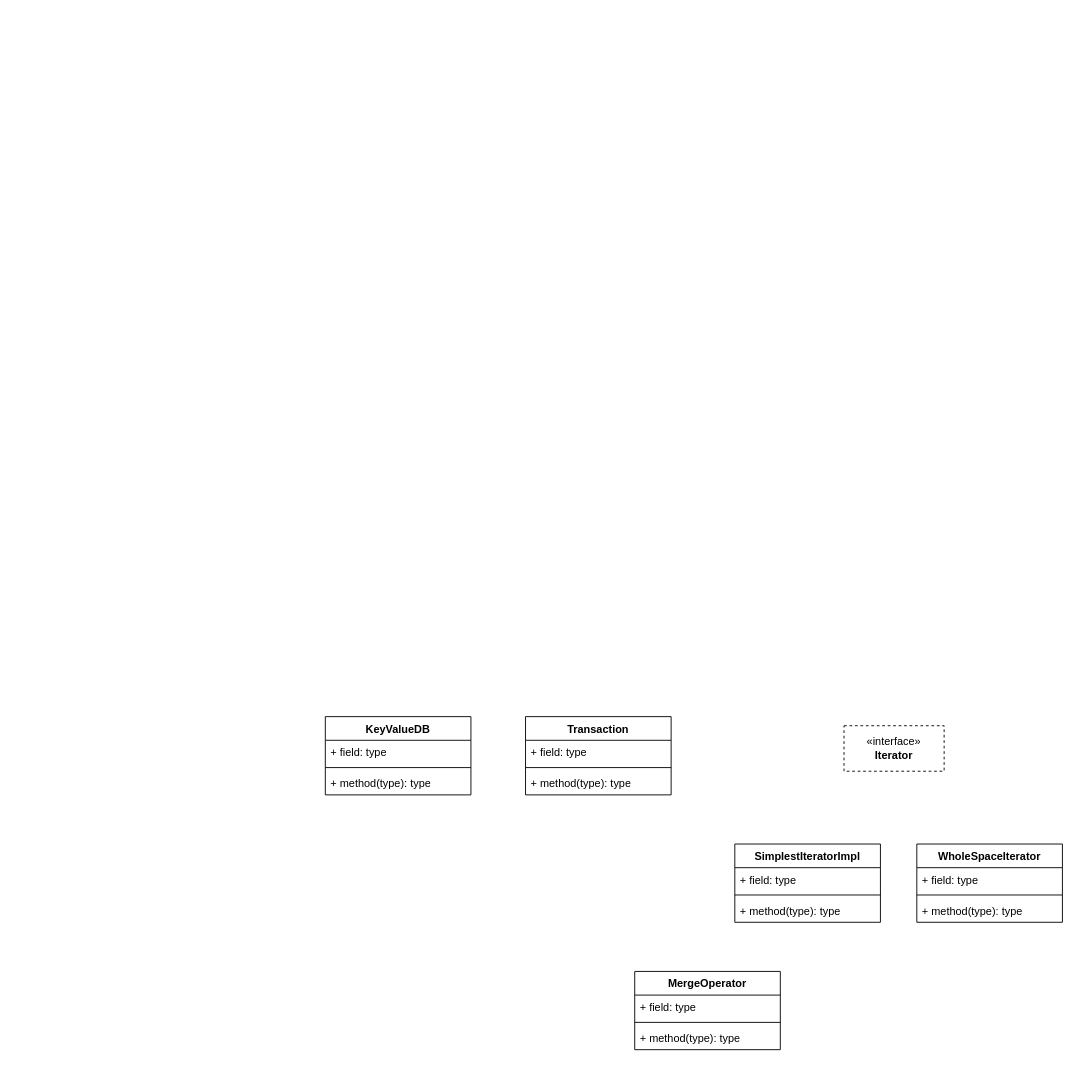
The draw.io diagram KeyValueDB.drawio in 1253757553/drawIO, before the edit. Source tidied: cells renumbered, new cells numbered last; positions are measured from the earlier drawing's top-left corner, leaving out a move shared by most shapes. Both pictures are drawn from the tidied source at 91%, with x=0, y=0 at pixel (325, 716).
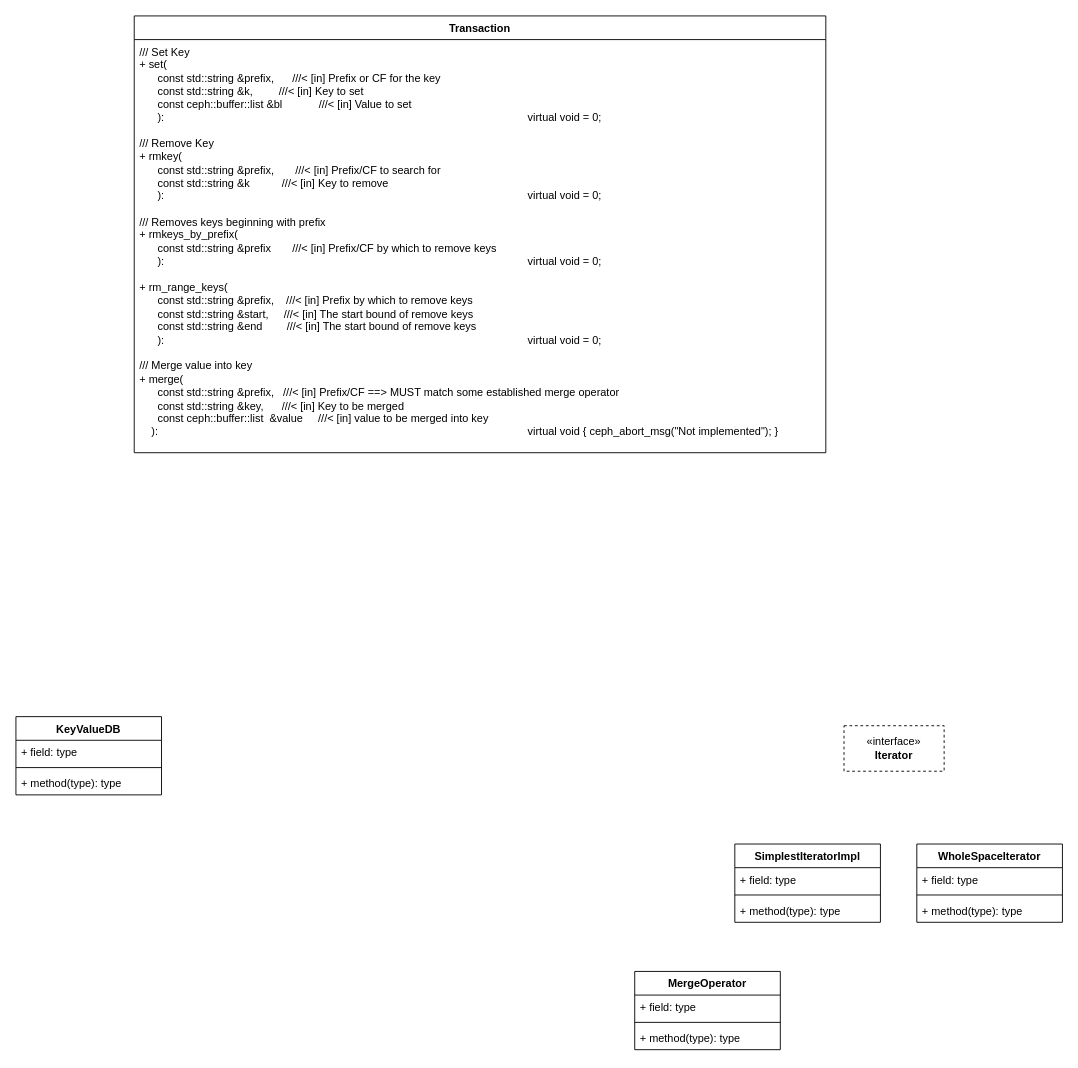
The same diagram, later.

The edit, as a diff of the source:
```diff
@@
     <mxCell id="2" value="KeyValueDB" style="swimlane;fontStyle=1;align=center;verticalAlign=top;horizontal=1;startSize=26;whiteSpace=wrap;html=1;" parent="1" vertex="1">
-      <mxGeometry width="160" height="86" as="geometry" />
+      <mxGeometry x="-340" width="160" height="86" as="geometry" />
     </mxCell>
@@
     <mxCell id="6" value="Transaction" style="swimlane;fontStyle=1;align=center;verticalAlign=top;horizontal=1;startSize=26;whiteSpace=wrap;html=1;" parent="1" vertex="1">
-      <mxGeometry x="220" width="160" height="86" as="geometry" />
+      <mxGeometry x="-210" y="-770" width="760" height="480" as="geometry" />
     </mxCell>
-    <mxCell id="7" value="+ field: type" style="text;strokeColor=none;fillColor=none;align=left;verticalAlign=top;spacingLeft=4;spacingRight=4;overflow=hidden;whiteSpace=wrap;html=1;" parent="6" vertex="1">
-      <mxGeometry y="26" width="160" height="26" as="geometry" />
-    </mxCell>
-    <mxCell id="8" style="line;strokeWidth=1;fillColor=none;align=left;verticalAlign=middle;spacingTop=-1;spacingLeft=3;spacingRight=3;labelPosition=right;strokeColor=inherit;" parent="6" vertex="1">
-      <mxGeometry y="52" width="160" height="8" as="geometry" />
-    </mxCell>
-    <mxCell id="9" value="+ method(type): type" style="text;strokeColor=none;fillColor=none;align=left;verticalAlign=top;spacingLeft=4;spacingRight=4;overflow=hidden;whiteSpace=wrap;html=1;" parent="6" vertex="1">
-      <mxGeometry y="60" width="160" height="26" as="geometry" />
+    <mxCell id="9" value="&lt;div&gt;/// Set Key&lt;br&gt;&lt;/div&gt;+&amp;nbsp;&lt;span style=&quot;background-color: transparent;&quot;&gt;set(&lt;/span&gt;&lt;div&gt;&amp;nbsp; &amp;nbsp; &amp;nbsp; const std::string &amp;amp;prefix,&amp;nbsp; &amp;nbsp; &amp;nbsp; ///&amp;lt; [in] Prefix or CF for the key&lt;/div&gt;&lt;div&gt;&amp;nbsp; &amp;nbsp; &amp;nbsp; const std::string &amp;amp;k,&lt;span style=&quot;white-space:pre&quot;&gt;&#9;&lt;/span&gt;&amp;nbsp; &amp;nbsp; &amp;nbsp; ///&amp;lt; [in] Key to set&lt;/div&gt;&lt;div&gt;&amp;nbsp; &amp;nbsp; &amp;nbsp; const ceph::buffer::list &amp;amp;bl&amp;nbsp; &amp;nbsp; &amp;nbsp; &amp;nbsp; &amp;nbsp; &amp;nbsp; ///&amp;lt; [in] Value to set&lt;/div&gt;&lt;div&gt;&amp;nbsp; &amp;nbsp; &amp;nbsp; ):&lt;span style=&quot;white-space: pre;&quot;&gt;&#9;&lt;/span&gt;&lt;span style=&quot;white-space: pre;&quot;&gt;&#9;&lt;/span&gt;&lt;span style=&quot;white-space: pre;&quot;&gt;&#9;&lt;/span&gt;&lt;span style=&quot;white-space: pre;&quot;&gt;&#9;&lt;/span&gt;&lt;span style=&quot;white-space: pre;&quot;&gt;&#9;&lt;/span&gt;&lt;span style=&quot;white-space: pre;&quot;&gt;&#9;&lt;/span&gt;&lt;span style=&quot;white-space: pre;&quot;&gt;&#9;&lt;/span&gt;&lt;span style=&quot;white-space: pre;&quot;&gt;&#9;&lt;/span&gt;&lt;span style=&quot;white-space: pre;&quot;&gt;&#9;&lt;/span&gt;&lt;span style=&quot;white-space: pre;&quot;&gt;&#9;&lt;/span&gt;&lt;span style=&quot;white-space: pre;&quot;&gt;&#9;&lt;/span&gt;&lt;span style=&quot;white-space: pre;&quot;&gt;&#9;&lt;/span&gt;&lt;span style=&quot;white-space: pre;&quot;&gt;&#9;&lt;/span&gt;&lt;span style=&quot;white-space: pre;&quot;&gt;&#9;&lt;/span&gt;&lt;span style=&quot;white-space: pre;&quot;&gt;&#9;&lt;/span&gt;&lt;span style=&quot;background-color: transparent;&quot;&gt;virtual void = 0;&lt;/span&gt;&lt;span style=&quot;background-color: transparent; color: light-dark(rgb(0, 0, 0), rgb(255, 255, 255)); white-space: pre;&quot;&gt;&#9;&lt;/span&gt;&lt;/div&gt;&lt;div&gt;&lt;br&gt;&lt;/div&gt;&lt;div&gt;/// Remove Key&lt;br&gt;&lt;/div&gt;&lt;div&gt;&lt;div&gt;+ rmkey(&lt;/div&gt;&lt;div&gt;&amp;nbsp; &amp;nbsp; &amp;nbsp; const std::string &amp;amp;prefix,&amp;nbsp; &amp;nbsp; &amp;nbsp; &amp;nbsp;///&amp;lt; [in] Prefix/CF to search for&lt;/div&gt;&lt;div&gt;&amp;nbsp; &amp;nbsp; &amp;nbsp; const std::string &amp;amp;k&lt;span style=&quot;white-space:pre&quot;&gt;&#9;&lt;/span&gt;&amp;nbsp; &amp;nbsp; &amp;nbsp; &amp;nbsp;///&amp;lt; [in] Key to remove&lt;/div&gt;&lt;div&gt;&amp;nbsp; &amp;nbsp; &amp;nbsp; ):&lt;span style=&quot;white-space: pre;&quot;&gt;&#9;&lt;/span&gt;&lt;span style=&quot;white-space: pre;&quot;&gt;&#9;&lt;/span&gt;&lt;span style=&quot;white-space: pre;&quot;&gt;&#9;&lt;/span&gt;&lt;span style=&quot;white-space: pre;&quot;&gt;&#9;&lt;/span&gt;&lt;span style=&quot;white-space: pre;&quot;&gt;&#9;&lt;/span&gt;&lt;span style=&quot;white-space: pre;&quot;&gt;&#9;&lt;/span&gt;&lt;span style=&quot;white-space: pre;&quot;&gt;&#9;&lt;/span&gt;&lt;span style=&quot;white-space: pre;&quot;&gt;&#9;&lt;/span&gt;&lt;span style=&quot;white-space: pre;&quot;&gt;&#9;&lt;/span&gt;&lt;span style=&quot;white-space: pre;&quot;&gt;&#9;&lt;/span&gt;&lt;span style=&quot;white-space: pre;&quot;&gt;&#9;&lt;/span&gt;&lt;span style=&quot;white-space: pre;&quot;&gt;&#9;&lt;/span&gt;&lt;span style=&quot;white-space: pre;&quot;&gt;&#9;&lt;/span&gt;&lt;span style=&quot;white-space: pre;&quot;&gt;&#9;&lt;/span&gt;&lt;span style=&quot;white-space: pre;&quot;&gt;&#9;&lt;/span&gt;&lt;span style=&quot;background-color: transparent;&quot;&gt;virtual void = 0;&lt;/span&gt;&lt;/div&gt;&lt;/div&gt;&lt;div&gt;&lt;span style=&quot;background-color: transparent;&quot;&gt;&lt;br&gt;&lt;/span&gt;&lt;/div&gt;&lt;div&gt;&lt;span style=&quot;background-color: transparent;&quot;&gt;/// Removes keys beginning with prefix&lt;/span&gt;&lt;/div&gt;&lt;div&gt;&lt;span style=&quot;background-color: transparent;&quot;&gt;+&amp;nbsp;&lt;/span&gt;&lt;span style=&quot;background-color: transparent;&quot;&gt;rmkeys_by_prefix(&lt;/span&gt;&lt;/div&gt;&lt;div&gt;&amp;nbsp; &amp;nbsp; &amp;nbsp; const std::string &amp;amp;prefix&amp;nbsp; &amp;nbsp; &amp;nbsp; &amp;nbsp;///&amp;lt; [in] Prefix/CF by which to remove keys&lt;/div&gt;&lt;div&gt;&amp;nbsp; &amp;nbsp; &amp;nbsp; ):&lt;span style=&quot;white-space: pre;&quot;&gt;&#9;&lt;/span&gt;&lt;span style=&quot;white-space: pre;&quot;&gt;&#9;&lt;/span&gt;&lt;span style=&quot;white-space: pre;&quot;&gt;&#9;&lt;/span&gt;&lt;span style=&quot;white-space: pre;&quot;&gt;&#9;&lt;/span&gt;&lt;span style=&quot;white-space: pre;&quot;&gt;&#9;&lt;/span&gt;&lt;span style=&quot;white-space: pre;&quot;&gt;&#9;&lt;/span&gt;&lt;span style=&quot;white-space: pre;&quot;&gt;&#9;&lt;/span&gt;&lt;span style=&quot;white-space: pre;&quot;&gt;&#9;&lt;/span&gt;&lt;span style=&quot;white-space: pre;&quot;&gt;&#9;&lt;/span&gt;&lt;span style=&quot;white-space: pre;&quot;&gt;&#9;&lt;/span&gt;&lt;span style=&quot;white-space: pre;&quot;&gt;&#9;&lt;/span&gt;&lt;span style=&quot;white-space: pre;&quot;&gt;&#9;&lt;/span&gt;&lt;span style=&quot;white-space: pre;&quot;&gt;&#9;&lt;/span&gt;&lt;span style=&quot;white-space: pre;&quot;&gt;&#9;&lt;/span&gt;&lt;span style=&quot;white-space: pre;&quot;&gt;&#9;&lt;/span&gt;&lt;span style=&quot;background-color: transparent;&quot;&gt;virtual void&lt;/span&gt;&lt;span style=&quot;background-color: transparent; color: light-dark(rgb(0, 0, 0), rgb(255, 255, 255));&quot;&gt;&amp;nbsp;= 0;&lt;/span&gt;&lt;/div&gt;&lt;div&gt;&lt;span style=&quot;background-color: transparent; color: light-dark(rgb(0, 0, 0), rgb(255, 255, 255));&quot;&gt;&lt;br&gt;&lt;/span&gt;&lt;/div&gt;&lt;div&gt;&lt;span style=&quot;background-color: transparent; color: light-dark(rgb(0, 0, 0), rgb(255, 255, 255));&quot;&gt;+&amp;nbsp;&lt;/span&gt;&lt;span style=&quot;background-color: transparent;&quot;&gt;rm_range_keys(&lt;/span&gt;&lt;/div&gt;&lt;div&gt;&amp;nbsp; &amp;nbsp; &amp;nbsp; const std::string &amp;amp;prefix,&amp;nbsp; &amp;nbsp; ///&amp;lt; [in] Prefix by which to remove keys&lt;/div&gt;&lt;div&gt;&amp;nbsp; &amp;nbsp; &amp;nbsp; const std::string &amp;amp;start,&amp;nbsp; &amp;nbsp; &amp;nbsp;///&amp;lt; [in] The start bound of remove keys&lt;/div&gt;&lt;div&gt;&amp;nbsp; &amp;nbsp; &amp;nbsp; const std::string &amp;amp;end&amp;nbsp; &amp;nbsp; &amp;nbsp; &amp;nbsp; ///&amp;lt; [in] The start bound of remove keys&lt;/div&gt;&lt;div&gt;&amp;nbsp; &amp;nbsp; &amp;nbsp; ):&lt;span style=&quot;white-space: pre;&quot;&gt;&#9;&lt;/span&gt;&lt;span style=&quot;white-space: pre;&quot;&gt;&#9;&lt;/span&gt;&lt;span style=&quot;white-space: pre;&quot;&gt;&#9;&lt;/span&gt;&lt;span style=&quot;white-space: pre;&quot;&gt;&#9;&lt;/span&gt;&lt;span style=&quot;white-space: pre;&quot;&gt;&#9;&lt;/span&gt;&lt;span style=&quot;white-space: pre;&quot;&gt;&#9;&lt;/span&gt;&lt;span style=&quot;white-space: pre;&quot;&gt;&#9;&lt;/span&gt;&lt;span style=&quot;white-space: pre;&quot;&gt;&#9;&lt;/span&gt;&lt;span style=&quot;white-space: pre;&quot;&gt;&#9;&lt;/span&gt;&lt;span style=&quot;white-space: pre;&quot;&gt;&#9;&lt;/span&gt;&lt;span style=&quot;white-space: pre;&quot;&gt;&#9;&lt;/span&gt;&lt;span style=&quot;white-space: pre;&quot;&gt;&#9;&lt;/span&gt;&lt;span style=&quot;white-space: pre;&quot;&gt;&#9;&lt;/span&gt;&lt;span style=&quot;white-space: pre;&quot;&gt;&#9;&lt;/span&gt;&lt;span style=&quot;white-space: pre;&quot;&gt;&#9;&lt;/span&gt;&lt;span style=&quot;background-color: transparent;&quot;&gt;virtual void = 0;&lt;/span&gt;&lt;/div&gt;&lt;div&gt;&lt;span style=&quot;background-color: transparent;&quot;&gt;&lt;br&gt;&lt;/span&gt;&lt;/div&gt;&lt;div&gt;&lt;span style=&quot;background-color: transparent;&quot;&gt;/// Merge value into key&lt;br&gt;&lt;/span&gt;&lt;/div&gt;&lt;div&gt;&lt;span style=&quot;background-color: transparent;&quot;&gt;+&amp;nbsp;&lt;/span&gt;&lt;span style=&quot;background-color: transparent;&quot;&gt;merge(&lt;/span&gt;&lt;/div&gt;&lt;div&gt;&amp;nbsp; &amp;nbsp; &amp;nbsp; const std::string &amp;amp;prefix,&amp;nbsp; &amp;nbsp;///&amp;lt; [in] Prefix/CF ==&amp;gt; MUST match some established merge operator&lt;/div&gt;&lt;div&gt;&amp;nbsp; &amp;nbsp; &amp;nbsp; const std::string &amp;amp;key,&amp;nbsp; &amp;nbsp; &amp;nbsp; ///&amp;lt; [in] Key to be merged&lt;/div&gt;&lt;div&gt;&amp;nbsp; &amp;nbsp; &amp;nbsp; const ceph::buffer::list&amp;nbsp; &amp;amp;value&amp;nbsp; &amp;nbsp; &amp;nbsp;///&amp;lt; [in] value to be merged into key&lt;/div&gt;&lt;div&gt;&amp;nbsp; &amp;nbsp; ):&lt;span style=&quot;white-space: pre;&quot;&gt;&#9;&lt;/span&gt;&lt;span style=&quot;white-space: pre;&quot;&gt;&#9;&lt;/span&gt;&lt;span style=&quot;white-space: pre;&quot;&gt;&#9;&lt;/span&gt;&lt;span style=&quot;white-space: pre;&quot;&gt;&#9;&lt;/span&gt;&lt;span style=&quot;white-space: pre;&quot;&gt;&#9;&lt;/span&gt;&lt;span style=&quot;white-space: pre;&quot;&gt;&#9;&lt;/span&gt;&lt;span style=&quot;white-space: pre;&quot;&gt;&#9;&lt;/span&gt;&lt;span style=&quot;white-space: pre;&quot;&gt;&#9;&lt;/span&gt;&lt;span style=&quot;white-space: pre;&quot;&gt;&#9;&lt;/span&gt;&lt;span style=&quot;white-space: pre;&quot;&gt;&#9;&lt;/span&gt;&lt;span style=&quot;white-space: pre;&quot;&gt;&#9;&lt;/span&gt;&lt;span style=&quot;white-space: pre;&quot;&gt;&#9;&lt;/span&gt;&lt;span style=&quot;white-space: pre;&quot;&gt;&#9;&lt;/span&gt;&lt;span style=&quot;white-space: pre;&quot;&gt;&#9;&lt;/span&gt;&lt;span style=&quot;white-space: pre;&quot;&gt;&#9;&lt;/span&gt;&lt;span style=&quot;white-space: pre;&quot;&gt;&#9;&lt;/span&gt;&lt;span style=&quot;background-color: transparent;&quot;&gt;virtual void&amp;nbsp;&lt;/span&gt;&lt;span style=&quot;background-color: transparent;&quot;&gt;{ ceph_abort_msg(&quot;Not implemented&quot;); }&lt;/span&gt;&lt;/div&gt;" style="text;strokeColor=none;fillColor=none;align=left;verticalAlign=top;spacingLeft=4;spacingRight=4;overflow=hidden;whiteSpace=wrap;html=1;" parent="6" vertex="1">
+      <mxGeometry y="26" width="760" height="454" as="geometry" />
     </mxCell>
```
